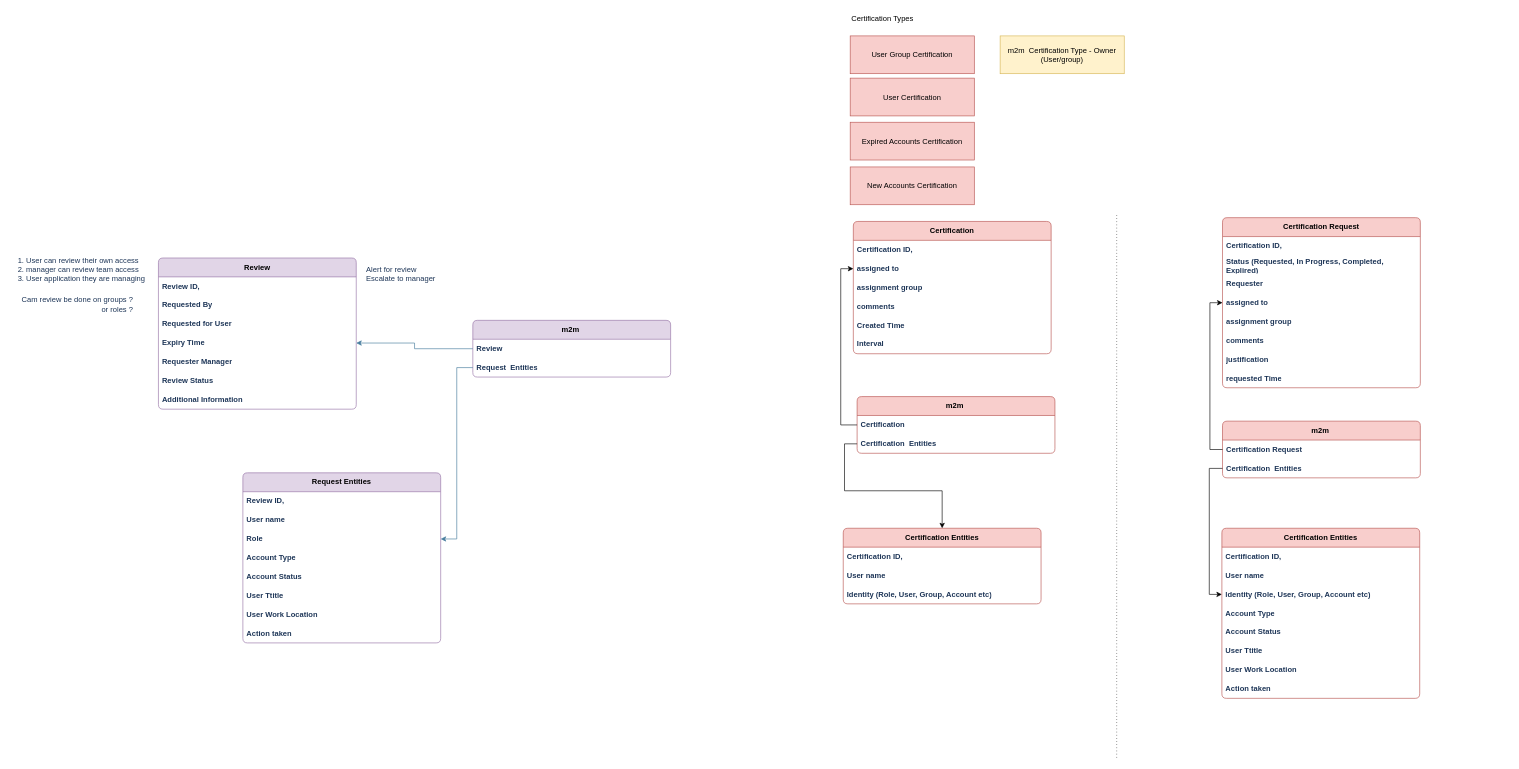
Above: page "Access Review / Certification" (5 of 8) of Servicenow/IGA Data Modal.drawio in mukeshsingal/draw.io (draw.io), before the change. Source tidied: cells renumbered, new cells numbered last; positions are measured from the earlier drawing's top-left corner, leaving out a move shared by most shapes. Both pictures are drawn from the tidied source at 63%, with x=0, y=0 at pixel (11, 11).
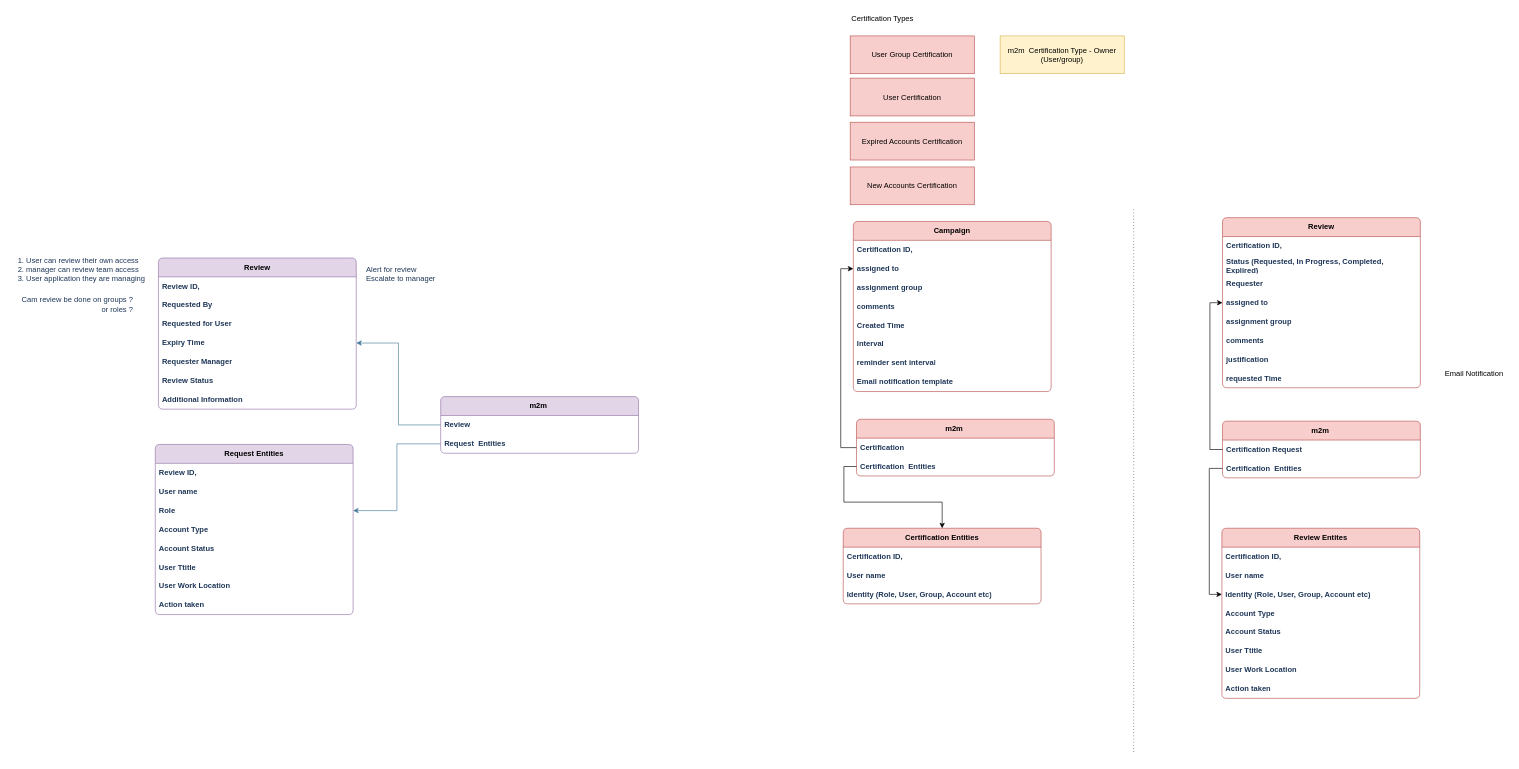
The same page after the edit.

The edit, as a diff of the source:
```diff
@@
-    <mxCell id="10" value="Certification" style="swimlane;fontStyle=1;horizontal=1;startSize=30;whiteSpace=wrap;html=1;strokeColor=#b85450;fillColor=#f8cecc;rounded=1;labelBackgroundColor=none;shadow=0;comic=0;backgroundOutline=0;fixDash=0;strokeOpacity=100;fillOpacity=100;arcSize=8;" parent="1" vertex="1">
-      <mxGeometry x="1337" y="334" width="314" height="210" as="geometry" />
+    <mxCell id="10" value="Campaign" style="swimlane;fontStyle=1;horizontal=1;startSize=30;whiteSpace=wrap;html=1;strokeColor=#b85450;fillColor=#f8cecc;rounded=1;labelBackgroundColor=none;shadow=0;comic=0;backgroundOutline=0;fixDash=0;strokeOpacity=100;fillOpacity=100;arcSize=8;" parent="1" vertex="1">
+      <mxGeometry x="1337" y="334" width="314" height="270" as="geometry" />
     </mxCell>
@@
+    <mxCell id="73" value="reminder sent interval" style="text;strokeColor=none;fillColor=none;align=left;verticalAlign=middle;spacingLeft=4;spacingRight=4;overflow=hidden;whiteSpace=wrap;html=1;fontColor=#1D3557;rounded=1;labelBackgroundColor=none;fontStyle=1;shadow=0;comic=0;backgroundOutline=0;fixDash=0;strokeOpacity=100;fillOpacity=100;arcSize=8;" parent="10" vertex="1">
+      <mxGeometry y="210" width="314" height="30" as="geometry" />
+    </mxCell>
+    <mxCell id="74" value="Email notification template" style="text;strokeColor=none;fillColor=none;align=left;verticalAlign=middle;spacingLeft=4;spacingRight=4;overflow=hidden;whiteSpace=wrap;html=1;fontColor=#1D3557;rounded=1;labelBackgroundColor=none;fontStyle=1;shadow=0;comic=0;backgroundOutline=0;fixDash=0;strokeOpacity=100;fillOpacity=100;arcSize=8;" parent="10" vertex="1">
+      <mxGeometry y="240" width="314" height="30" as="geometry" />
+    </mxCell>
@@
     <mxCell id="20" value="Request Entities" style="swimlane;fontStyle=1;horizontal=1;startSize=30;whiteSpace=wrap;html=1;strokeColor=#9673a6;fillColor=#e1d5e7;rounded=1;labelBackgroundColor=none;shadow=0;comic=0;backgroundOutline=0;fixDash=0;strokeOpacity=100;fillOpacity=100;arcSize=8;" parent="1" vertex="1">
-      <mxGeometry x="368" y="733" width="314" height="270" as="geometry" />
+      <mxGeometry x="229" y="688" width="314" height="270" as="geometry" />
     </mxCell>
@@
     <mxCell id="29" value="m2m&amp;nbsp;" style="swimlane;fontStyle=1;horizontal=1;startSize=30;whiteSpace=wrap;html=1;strokeColor=#9673a6;fillColor=#e1d5e7;rounded=1;labelBackgroundColor=none;shadow=0;comic=0;backgroundOutline=0;fixDash=0;strokeOpacity=100;fillOpacity=100;arcSize=8;" parent="1" vertex="1">
-      <mxGeometry x="733" y="491" width="314" height="90" as="geometry" />
+      <mxGeometry x="682" y="612" width="314" height="90" as="geometry" />
     </mxCell>
@@
     <mxCell id="40" value="m2m&amp;nbsp;" style="swimlane;fontStyle=1;horizontal=1;startSize=30;whiteSpace=wrap;html=1;strokeColor=#b85450;fillColor=#f8cecc;rounded=1;labelBackgroundColor=none;shadow=0;comic=0;backgroundOutline=0;fixDash=0;strokeOpacity=100;fillOpacity=100;arcSize=8;" parent="1" vertex="1">
-      <mxGeometry x="1343" y="612" width="314" height="90" as="geometry" />
+      <mxGeometry x="1342" y="648" width="314" height="90" as="geometry" />
     </mxCell>
@@
-    <mxCell id="49" value="Certification Request" style="swimlane;fontStyle=1;horizontal=1;startSize=30;whiteSpace=wrap;html=1;strokeColor=#b85450;fillColor=#f8cecc;rounded=1;labelBackgroundColor=none;shadow=0;comic=0;backgroundOutline=0;fixDash=0;strokeOpacity=100;fillOpacity=100;arcSize=8;" parent="1" vertex="1">
+    <mxCell id="49" value="Review" style="swimlane;fontStyle=1;horizontal=1;startSize=30;whiteSpace=wrap;html=1;strokeColor=#b85450;fillColor=#f8cecc;rounded=1;labelBackgroundColor=none;shadow=0;comic=0;backgroundOutline=0;fixDash=0;strokeOpacity=100;fillOpacity=100;arcSize=8;" parent="1" vertex="1">
       <mxGeometry x="1923" y="328" width="314" height="270" as="geometry" />
     </mxCell>
@@
-    <mxCell id="61" value="Certification Entities" style="swimlane;fontStyle=1;horizontal=1;startSize=30;whiteSpace=wrap;html=1;strokeColor=#b85450;fillColor=#f8cecc;rounded=1;labelBackgroundColor=none;shadow=0;comic=0;backgroundOutline=0;fixDash=0;strokeOpacity=100;fillOpacity=100;arcSize=8;" parent="1" vertex="1">
+    <mxCell id="61" value="Review Entites" style="swimlane;fontStyle=1;horizontal=1;startSize=30;whiteSpace=wrap;html=1;strokeColor=#b85450;fillColor=#f8cecc;rounded=1;labelBackgroundColor=none;shadow=0;comic=0;backgroundOutline=0;fixDash=0;strokeOpacity=100;fillOpacity=100;arcSize=8;" parent="1" vertex="1">
       <mxGeometry x="1922" y="821" width="314" height="270" as="geometry" />
     </mxCell>
@@
     <mxCell id="72" style="endArrow=none;html=1;rounded=0;dashed=1;dashPattern=1 4;" parent="1" edge="1">
       <mxGeometry relative="1" as="geometry">
-        <mxPoint x="1755" y="1185" as="sourcePoint" />
-        <mxPoint x="1755" y="323" as="targetPoint" />
+        <mxPoint x="1782" y="1176" as="sourcePoint" />
+        <mxPoint x="1782" y="314" as="targetPoint" />
       </mxGeometry>
     </mxCell>
+    <mxCell id="75" value="Email Notification" style="text;html=1;align=center;verticalAlign=middle;strokeColor=none;fillColor=none;" parent="1" vertex="1">
+      <mxGeometry x="2266" y="563" width="111" height="26" as="geometry" />
+    </mxCell>
```
